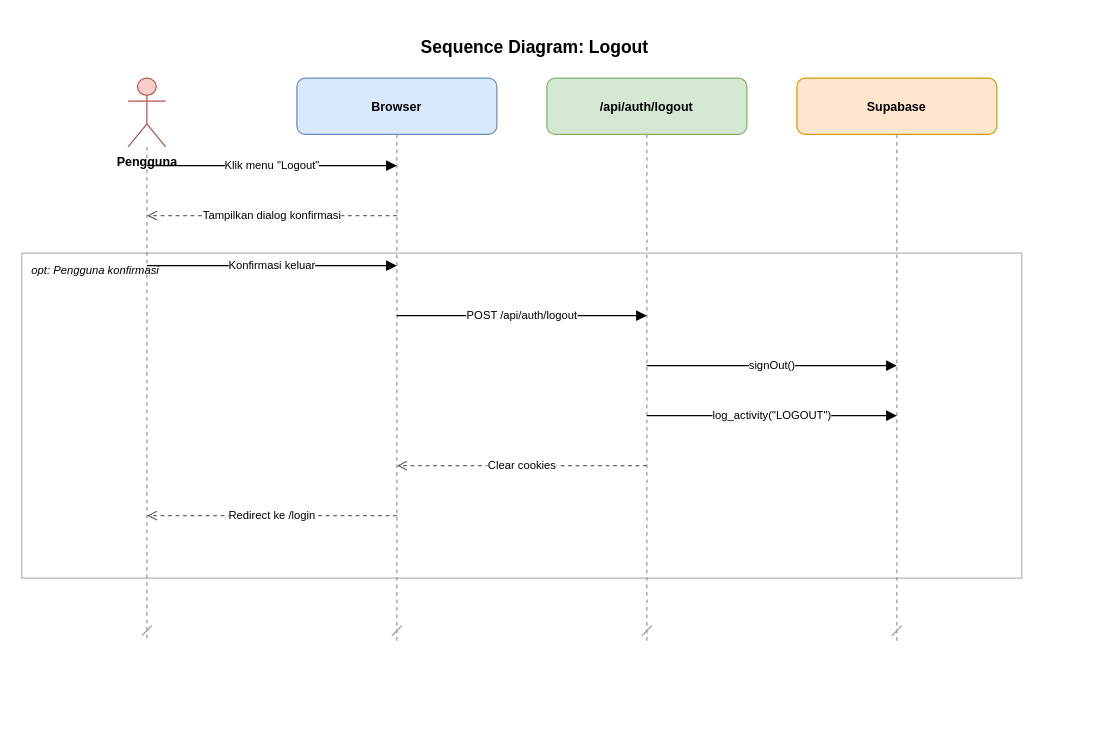
Earlier version of the draw.io diagram docs/diagrams/sequence/04-sq-logout.drawio (RyanGLoomy/terminal-iwkbu). Source tidied: cells renumbered, new cells numbered last; positions are measured from the earlier drawing's top-left corner, leaving out a move shared by most shapes. Both pictures are drawn from the tidied source at 125%, with x=0, y=0 at pixel (21, 28).
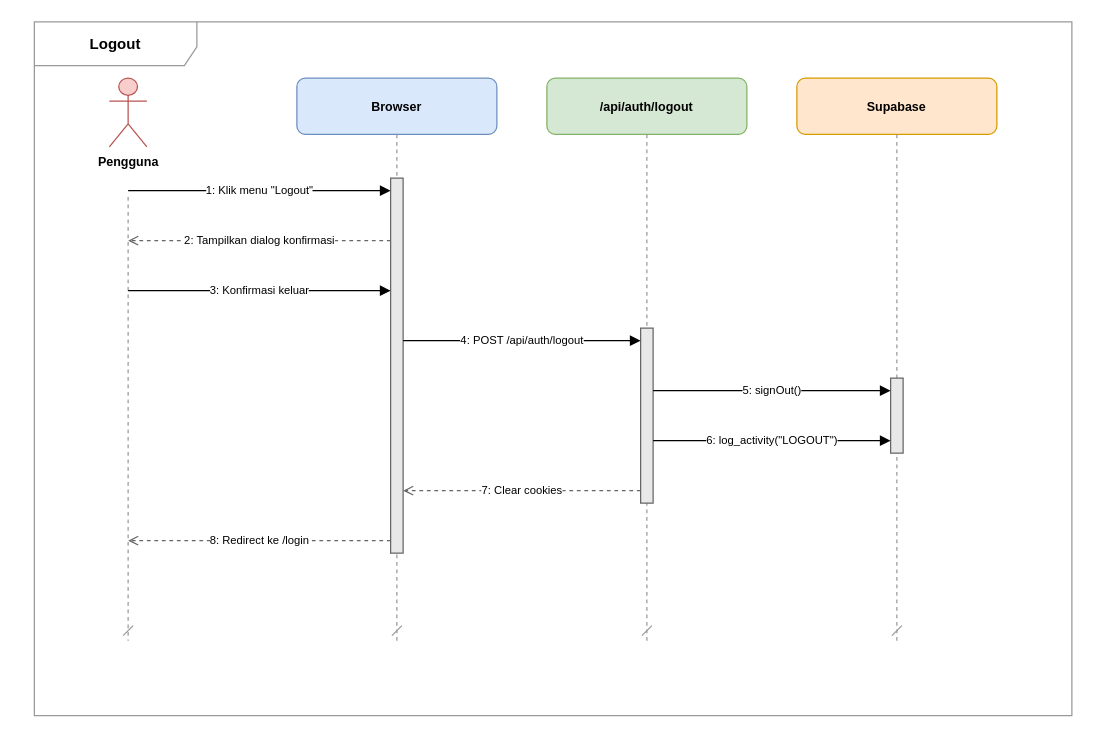
After the change.

Change to the diagram source:
```diff
@@
-    <mxCell id="2" value="Sequence Diagram: Logout" style="text;html=1;align=center;verticalAlign=middle;fontSize=14;fontStyle=1;strokeColor=none;fillColor=none;" parent="1" vertex="1">
-      <mxGeometry x="40" width="740" height="30" as="geometry" />
-    </mxCell>
+    <mxCell id="20" value="Logout" style="shape=umlFrame;whiteSpace=wrap;html=1;fillColor=none;strokeColor=#999999;fontSize=12;fontStyle=1;lightOpacity=50;tabWidth=130;tabHeight=22;width=130;height=35;" parent="1" vertex="1">
+      <mxGeometry x="10" y="-5" width="830" height="555" as="geometry" />
+    </mxCell>
     <mxCell id="3" value="Pengguna" style="shape=umlActor;verticalLabelPosition=bottom;verticalAlign=top;html=1;fillColor=#f8cecc;strokeColor=#b85450;fontStyle=1;fontSize=10;" parent="1" vertex="1">
-      <mxGeometry x="85" y="40" width="30" height="55" as="geometry" />
+      <mxGeometry x="70" y="40" width="30" height="55" as="geometry" />
     </mxCell>
     <mxCell id="4" style="endArrow=dash;dashed=1;html=1;strokeWidth=1;strokeColor=#999999;" parent="1" edge="1">
       <mxGeometry relative="1" as="geometry">
-        <mxPoint x="100" y="95" as="sourcePoint" />
-        <mxPoint x="100" y="490" as="targetPoint" />
+        <mxPoint x="85" y="135" as="sourcePoint" />
+        <mxPoint x="85" y="490" as="targetPoint" />
       </mxGeometry>
     </mxCell>
@@
-    <mxCell id="11" value="opt: Pengguna konfirmasi" style="rounded=0;whiteSpace=wrap;html=1;fillColor=none;strokeColor=#999999;dashed=0;verticalAlign=top;align=left;spacingTop=2;spacingLeft=6;fontSize=9;fontStyle=2;opacity=70;" parent="1" vertex="1">
-      <mxGeometry y="180" width="800" height="260" as="geometry" />
-    </mxCell>
+    <mxCell id="21" style="rounded=0;whiteSpace=wrap;html=1;fillColor=#e8e8e8;strokeColor=#666666;strokeWidth=1;" parent="1" vertex="1">
+      <mxGeometry x="295" y="120" width="10" height="300" as="geometry" />
+    </mxCell>
+    <mxCell id="22" style="rounded=0;whiteSpace=wrap;html=1;fillColor=#e8e8e8;strokeColor=#666666;strokeWidth=1;" parent="1" vertex="1">
+      <mxGeometry x="495" y="240" width="10" height="140" as="geometry" />
+    </mxCell>
+    <mxCell id="23" style="rounded=0;whiteSpace=wrap;html=1;fillColor=#e8e8e8;strokeColor=#666666;strokeWidth=1;" parent="1" vertex="1">
+      <mxGeometry x="695" y="280" width="10" height="60" as="geometry" />
+    </mxCell>
-    <mxCell id="12" value="Klik menu &quot;Logout&quot;" style="endArrow=block;endFill=1;html=1;fontSize=9;" parent="1" edge="1">
+    <mxCell id="12" value="1: Klik menu &quot;Logout&quot;" style="endArrow=block;endFill=1;html=1;fontSize=9;" parent="1" edge="1">
       <mxGeometry relative="1" as="geometry">
-        <mxPoint x="100" y="110" as="sourcePoint" />
-        <mxPoint x="300" y="110" as="targetPoint" />
+        <mxPoint x="85" y="130" as="sourcePoint" />
+        <mxPoint x="295" y="130" as="targetPoint" />
       </mxGeometry>
     </mxCell>
-    <mxCell id="13" value="Tampilkan dialog konfirmasi" style="endArrow=open;endFill=0;dashed=1;html=1;fontSize=9;strokeColor=#666666;" parent="1" edge="1">
+    <mxCell id="13" value="2: Tampilkan dialog konfirmasi" style="endArrow=open;endFill=0;dashed=1;html=1;fontSize=9;strokeColor=#666666;" parent="1" edge="1">
       <mxGeometry relative="1" as="geometry">
-        <mxPoint x="300" y="150" as="sourcePoint" />
-        <mxPoint x="100" y="150" as="targetPoint" />
+        <mxPoint x="295" y="170" as="sourcePoint" />
+        <mxPoint x="85" y="170" as="targetPoint" />
       </mxGeometry>
     </mxCell>
-    <mxCell id="14" value="Konfirmasi keluar" style="endArrow=block;endFill=1;html=1;fontSize=9;" parent="1" edge="1">
+    <mxCell id="14" value="3: Konfirmasi keluar" style="endArrow=block;endFill=1;html=1;fontSize=9;" parent="1" edge="1">
       <mxGeometry relative="1" as="geometry">
-        <mxPoint x="100" y="190" as="sourcePoint" />
-        <mxPoint x="300" y="190" as="targetPoint" />
+        <mxPoint x="85" y="210" as="sourcePoint" />
+        <mxPoint x="295" y="210" as="targetPoint" />
       </mxGeometry>
     </mxCell>
-    <mxCell id="15" value="POST /api/auth/logout" style="endArrow=block;endFill=1;html=1;fontSize=9;" parent="1" edge="1">
+    <mxCell id="15" value="4: POST /api/auth/logout" style="endArrow=block;endFill=1;html=1;fontSize=9;" parent="1" edge="1">
       <mxGeometry relative="1" as="geometry">
-        <mxPoint x="300" y="230" as="sourcePoint" />
-        <mxPoint x="500" y="230" as="targetPoint" />
+        <mxPoint x="305" y="250" as="sourcePoint" />
+        <mxPoint x="495" y="250" as="targetPoint" />
       </mxGeometry>
     </mxCell>
-    <mxCell id="16" value="signOut()" style="endArrow=block;endFill=1;html=1;fontSize=9;" parent="1" edge="1">
+    <mxCell id="16" value="5: signOut()" style="endArrow=block;endFill=1;html=1;fontSize=9;" parent="1" edge="1">
       <mxGeometry relative="1" as="geometry">
-        <mxPoint x="500" y="270" as="sourcePoint" />
-        <mxPoint x="700" y="270" as="targetPoint" />
+        <mxPoint x="505" y="290" as="sourcePoint" />
+        <mxPoint x="695" y="290" as="targetPoint" />
       </mxGeometry>
     </mxCell>
-    <mxCell id="17" value="log_activity(&quot;LOGOUT&quot;)" style="endArrow=block;endFill=1;html=1;fontSize=9;" parent="1" edge="1">
+    <mxCell id="17" value="6: log_activity(&quot;LOGOUT&quot;)" style="endArrow=block;endFill=1;html=1;fontSize=9;" parent="1" edge="1">
       <mxGeometry relative="1" as="geometry">
-        <mxPoint x="500" y="310" as="sourcePoint" />
-        <mxPoint x="700" y="310" as="targetPoint" />
+        <mxPoint x="505" y="330" as="sourcePoint" />
+        <mxPoint x="695" y="330" as="targetPoint" />
       </mxGeometry>
     </mxCell>
-    <mxCell id="18" value="Clear cookies" style="endArrow=open;endFill=0;dashed=1;html=1;fontSize=9;strokeColor=#666666;" parent="1" edge="1">
+    <mxCell id="18" value="7: Clear cookies" style="endArrow=open;endFill=0;dashed=1;html=1;fontSize=9;strokeColor=#666666;" parent="1" edge="1">
       <mxGeometry relative="1" as="geometry">
-        <mxPoint x="500" y="350" as="sourcePoint" />
-        <mxPoint x="300" y="350" as="targetPoint" />
+        <mxPoint x="495" y="370" as="sourcePoint" />
+        <mxPoint x="305" y="370" as="targetPoint" />
       </mxGeometry>
     </mxCell>
-    <mxCell id="19" value="Redirect ke /login" style="endArrow=open;endFill=0;dashed=1;html=1;fontSize=9;strokeColor=#666666;" parent="1" edge="1">
+    <mxCell id="19" value="8: Redirect ke /login" style="endArrow=open;endFill=0;dashed=1;html=1;fontSize=9;strokeColor=#666666;" parent="1" edge="1">
       <mxGeometry relative="1" as="geometry">
-        <mxPoint x="300" y="390" as="sourcePoint" />
-        <mxPoint x="100" y="390" as="targetPoint" />
+        <mxPoint x="295" y="410" as="sourcePoint" />
+        <mxPoint x="85" y="410" as="targetPoint" />
       </mxGeometry>
     </mxCell>
```
